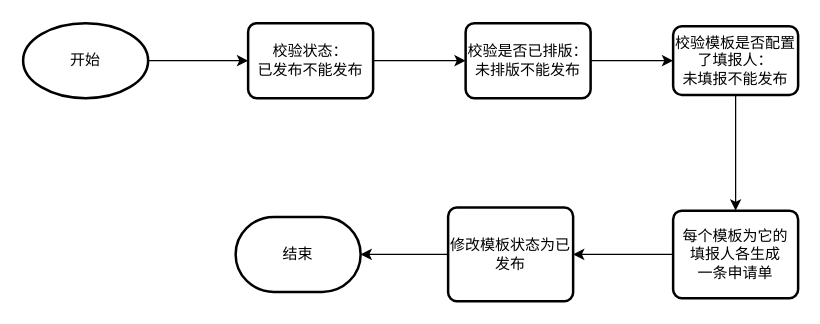
Earlier version of the draw.io diagram 数据填报-模板发布.drawio (weiqingping/dw). Source tidied: cells renumbered, new cells numbered last; positions are measured from the earlier drawing's top-left corner, leaving out a move shared by most shapes. Both pictures are drawn from the tidied source at 125%, with x=0, y=0 at pixel (22, 22).
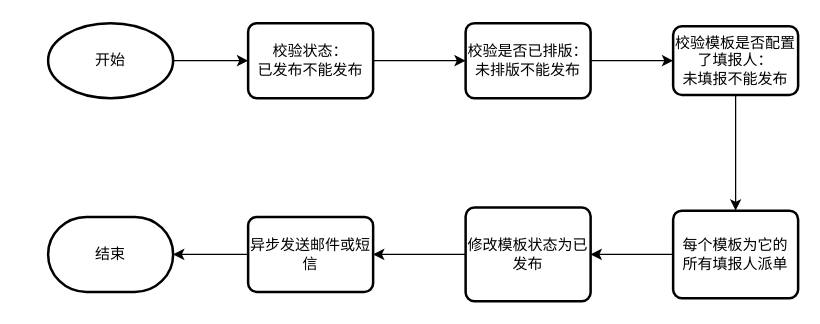
Above is the later version.

Commit message:
更新数据填报-模板发布.drawio

Diff of the diagram source:
```diff
@@
 <mxGraphModel>
   <root>
     <mxCell id="0" />
     <mxCell id="1" parent="0" />
     <mxCell id="2" style="edgeStyle=orthogonalEdgeStyle;rounded=0;jettySize=auto;html=1;" parent="1" edge="1" source="3" target="5">
       <mxGeometry relative="1" as="geometry" />
     </mxCell>
     <mxCell id="3" value="开始" style="strokeWidth=2;html=1;shape=mxgraph.flowchart.start_1;whiteSpace=wrap;" parent="1" vertex="1">
-      <mxGeometry width="100" height="60" as="geometry" />
+      <mxGeometry x="20" width="100" height="60" as="geometry" />
     </mxCell>
     <mxCell id="4" style="edgeStyle=orthogonalEdgeStyle;rounded=0;jettySize=auto;html=1;" parent="1" edge="1" source="5" target="7">
       <mxGeometry relative="1" as="geometry" />
     </mxCell>
     <mxCell id="5" value="校验状态：&lt;br&gt;已发布不能发布" style="rounded=1;whiteSpace=wrap;html=1;absoluteArcSize=1;arcSize=14;strokeWidth=2;" parent="1" vertex="1">
       <mxGeometry x="180" width="100" height="60" as="geometry" />
     </mxCell>
     <mxCell id="6" style="edgeStyle=orthogonalEdgeStyle;rounded=0;jettySize=auto;html=1;" parent="1" edge="1" source="7" target="9">
       <mxGeometry relative="1" as="geometry" />
     </mxCell>
     <mxCell id="7" value="校验是否已排版：&lt;br&gt;未排版不能发布" style="rounded=1;whiteSpace=wrap;html=1;absoluteArcSize=1;arcSize=14;strokeWidth=2;" parent="1" vertex="1">
       <mxGeometry x="354" width="100" height="60" as="geometry" />
     </mxCell>
     <mxCell id="8" style="edgeStyle=orthogonalEdgeStyle;rounded=0;jettySize=auto;html=1;" parent="1" edge="1" source="9" target="11">
       <mxGeometry relative="1" as="geometry" />
     </mxCell>
     <mxCell id="9" value="校验模板是否配置了填报人：&lt;br&gt;未填报不能发布" style="rounded=1;whiteSpace=wrap;html=1;absoluteArcSize=1;arcSize=14;strokeWidth=2;" parent="1" vertex="1">
       <mxGeometry x="520" y="2.5" width="100" height="55" as="geometry" />
     </mxCell>
     <mxCell id="10" style="edgeStyle=orthogonalEdgeStyle;rounded=0;jettySize=auto;html=1;" parent="1" edge="1" source="11" target="13">
       <mxGeometry relative="1" as="geometry" />
     </mxCell>
-    <mxCell id="11" value="每个模板为它的&lt;br&gt;填报人各生成&lt;br&gt;一条申请单" style="rounded=1;whiteSpace=wrap;html=1;absoluteArcSize=1;arcSize=14;strokeWidth=2;" parent="1" vertex="1">
+    <mxCell id="11" value="每个模板为它的&lt;br&gt;所有填报人派单" style="rounded=1;whiteSpace=wrap;html=1;absoluteArcSize=1;arcSize=14;strokeWidth=2;" parent="1" vertex="1">
       <mxGeometry x="520" y="150" width="100" height="70" as="geometry" />
     </mxCell>
-    <mxCell id="12" style="edgeStyle=orthogonalEdgeStyle;rounded=0;jettySize=auto;html=1;" parent="1" edge="1" source="13" target="14">
-      <mxGeometry relative="1" as="geometry" />
-    </mxCell>
+    <mxCell id="15" style="edgeStyle=orthogonalEdgeStyle;rounded=0;jettySize=auto;html=1;" parent="1" edge="1" source="13" target="17">
+      <mxGeometry relative="1" as="geometry" />
+    </mxCell>
     <mxCell id="13" value="修改模板状态为已发布" style="rounded=1;whiteSpace=wrap;html=1;absoluteArcSize=1;arcSize=14;strokeWidth=2;" parent="1" vertex="1">
-      <mxGeometry x="340" y="147.5" width="100" height="75" as="geometry" />
+      <mxGeometry x="354" y="147.5" width="100" height="75" as="geometry" />
     </mxCell>
     <mxCell id="14" value="结束" style="strokeWidth=2;html=1;shape=mxgraph.flowchart.terminator;whiteSpace=wrap;" parent="1" vertex="1">
-      <mxGeometry x="170" y="155" width="100" height="60" as="geometry" />
+      <mxGeometry x="20" y="155" width="100" height="60" as="geometry" />
     </mxCell>
+    <mxCell id="16" style="edgeStyle=orthogonalEdgeStyle;rounded=0;jettySize=auto;html=1;" parent="1" edge="1" source="17" target="14">
+      <mxGeometry relative="1" as="geometry" />
+    </mxCell>
+    <mxCell id="17" value="异步发送邮件或短信" style="rounded=1;whiteSpace=wrap;html=1;absoluteArcSize=1;arcSize=14;strokeWidth=2;" parent="1" vertex="1">
+      <mxGeometry x="180" y="155" width="100" height="60" as="geometry" />
+    </mxCell>
   </root>
 </mxGraphModel>
```
